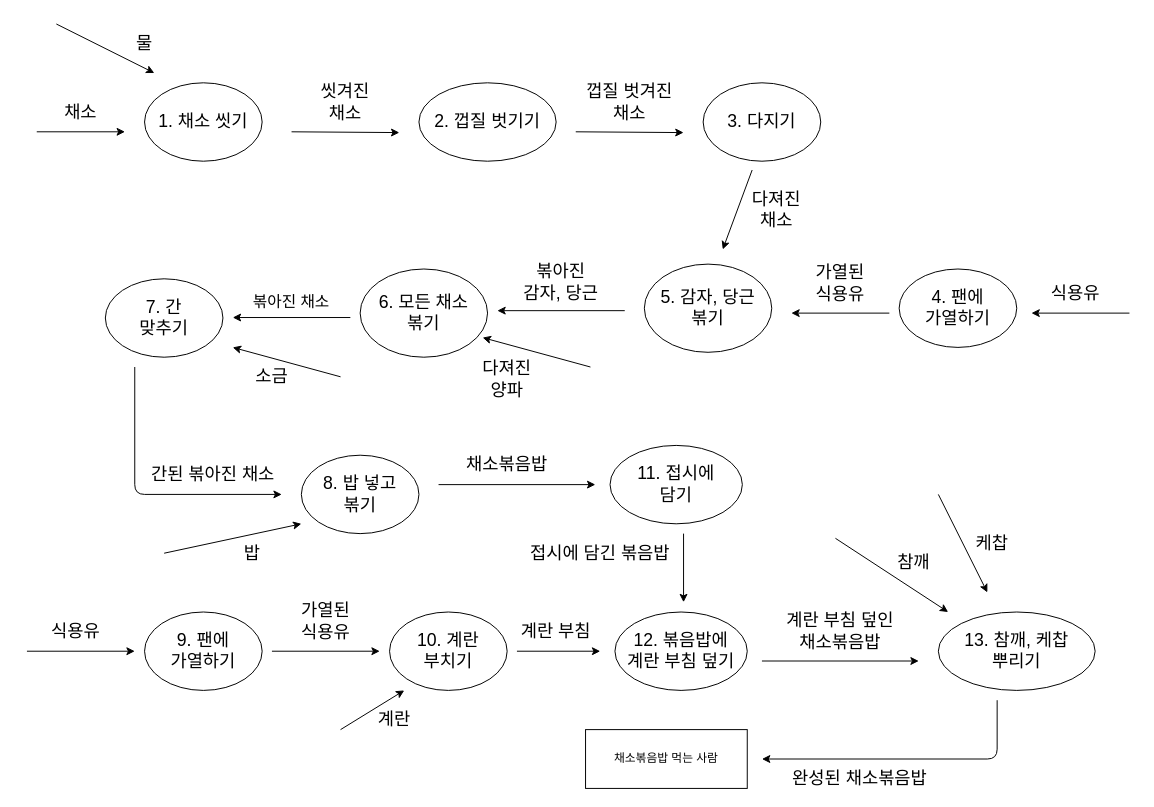
jgy2808/Algorithm keeps this draw.io diagram as Untitled Diagram.drawio. Above is the earlier version. Source tidied: cells renumbered, new cells numbered last; positions are measured from the earlier drawing's top-left corner, leaving out a move shared by most shapes. Both pictures are drawn from the tidied source at 98%, with x=0, y=0 at pixel (17, 24).
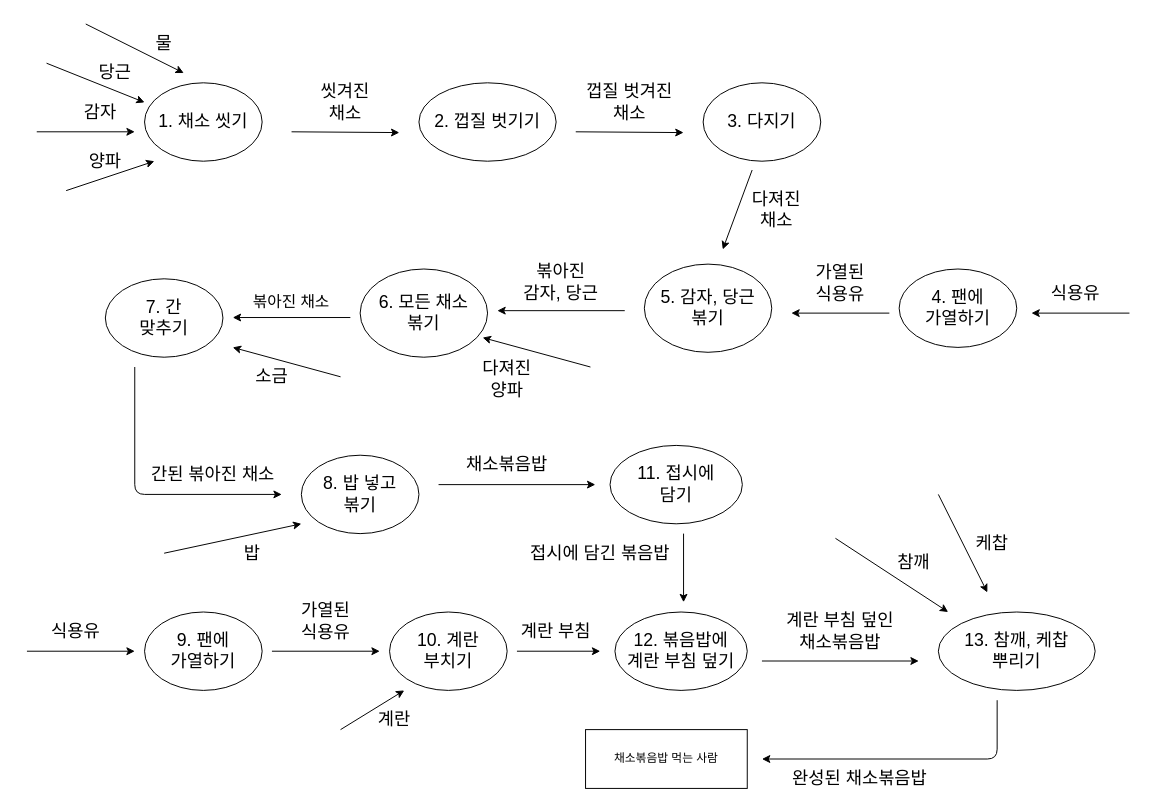
Above is the later version.

Diff of the diagram source:
```diff
@@
     <mxCell id="3" style="endArrow=classic;html=1;" parent="1" edge="1">
       <mxGeometry relative="1" as="geometry">
-        <mxPoint x="20" y="110" as="sourcePoint" />
-        <mxPoint x="110" y="110" as="targetPoint" />
+        <mxPoint x="30" y="40" as="sourcePoint" />
+        <mxPoint x="130" y="80" as="targetPoint" />
       </mxGeometry>
     </mxCell>
-    <mxCell id="4" value="&lt;span style=&quot;font-size: 18px&quot;&gt;채소&lt;br&gt;&lt;/span&gt;" style="text;html=1;strokeColor=none;fillColor=none;align=center;verticalAlign=middle;whiteSpace=wrap;rounded=0;" parent="1" vertex="1">
-      <mxGeometry y="80" width="130" height="20" as="geometry" />
+    <mxCell id="4" value="&lt;span style=&quot;font-size: 18px&quot;&gt;당근&lt;br&gt;&lt;/span&gt;" style="text;html=1;strokeColor=none;fillColor=none;align=center;verticalAlign=middle;whiteSpace=wrap;rounded=0;" parent="1" vertex="1">
+      <mxGeometry x="80" y="40" width="40" height="20" as="geometry" />
     </mxCell>
     <mxCell id="5" style="endArrow=classic;html=1;" parent="1" edge="1">
       <mxGeometry relative="1" as="geometry">
-        <mxPoint x="40" as="sourcePoint" />
-        <mxPoint x="140" y="50" as="targetPoint" />
+        <mxPoint x="70" as="sourcePoint" />
+        <mxPoint x="170" y="50" as="targetPoint" />
       </mxGeometry>
     </mxCell>
     <mxCell id="6" value="&lt;font style=&quot;font-size: 18px&quot;&gt;물&lt;br&gt;&lt;/font&gt;" style="text;html=1;strokeColor=none;fillColor=none;align=center;verticalAlign=middle;whiteSpace=wrap;rounded=0;" parent="1" vertex="1">
-      <mxGeometry x="110" y="10" width="40" height="20" as="geometry" />
+      <mxGeometry x="130" y="10" width="40" height="20" as="geometry" />
     </mxCell>
@@
+    <mxCell id="63" style="endArrow=classic;html=1;" parent="1" edge="1">
+      <mxGeometry relative="1" as="geometry">
+        <mxPoint x="20" y="110" as="sourcePoint" />
+        <mxPoint x="120" y="110" as="targetPoint" />
+      </mxGeometry>
+    </mxCell>
+    <mxCell id="64" value="&lt;span style=&quot;font-size: 18px&quot;&gt;감자&lt;br&gt;&lt;/span&gt;" style="text;html=1;strokeColor=none;fillColor=none;align=center;verticalAlign=middle;whiteSpace=wrap;rounded=0;" parent="1" vertex="1">
+      <mxGeometry x="65" y="80" width="40" height="20" as="geometry" />
+    </mxCell>
+    <mxCell id="65" style="endArrow=classic;html=1;" parent="1" edge="1">
+      <mxGeometry relative="1" as="geometry">
+        <mxPoint x="50" y="170" as="sourcePoint" />
+        <mxPoint x="140" y="140" as="targetPoint" />
+      </mxGeometry>
+    </mxCell>
+    <mxCell id="66" value="&lt;span style=&quot;font-size: 18px&quot;&gt;양파&lt;br&gt;&lt;/span&gt;" style="text;html=1;strokeColor=none;fillColor=none;align=center;verticalAlign=middle;whiteSpace=wrap;rounded=0;" parent="1" vertex="1">
+      <mxGeometry x="70" y="130" width="40" height="20" as="geometry" />
+    </mxCell>
```
